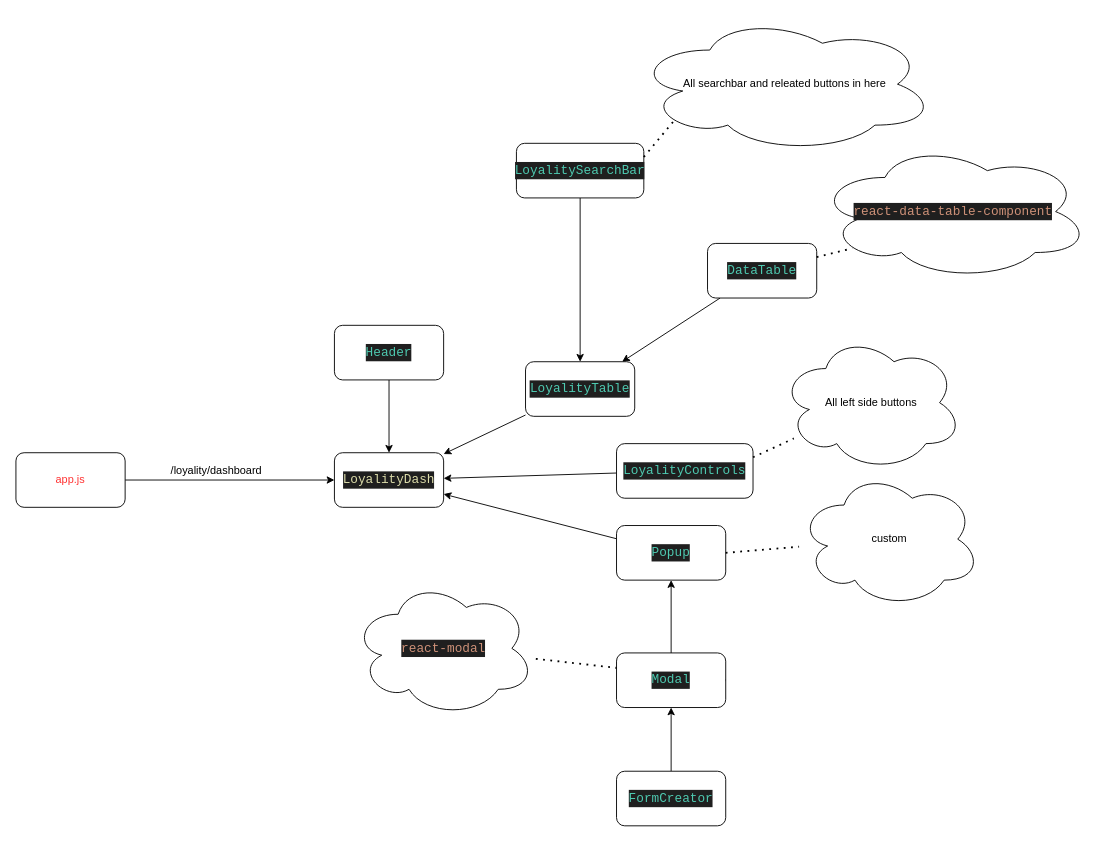
This is frontend/src/screens/loyality-component-hierachy.drawio from nxdun/Movie-theatre-management-system, a draw.io file, before an edit. Source tidied: cells renumbered, new cells numbered last; positions are measured from the earlier drawing's top-left corner, leaving out a move shared by most shapes. Both pictures are drawn from the tidied source at 91%, with x=0, y=0 at pixel (15, 15).
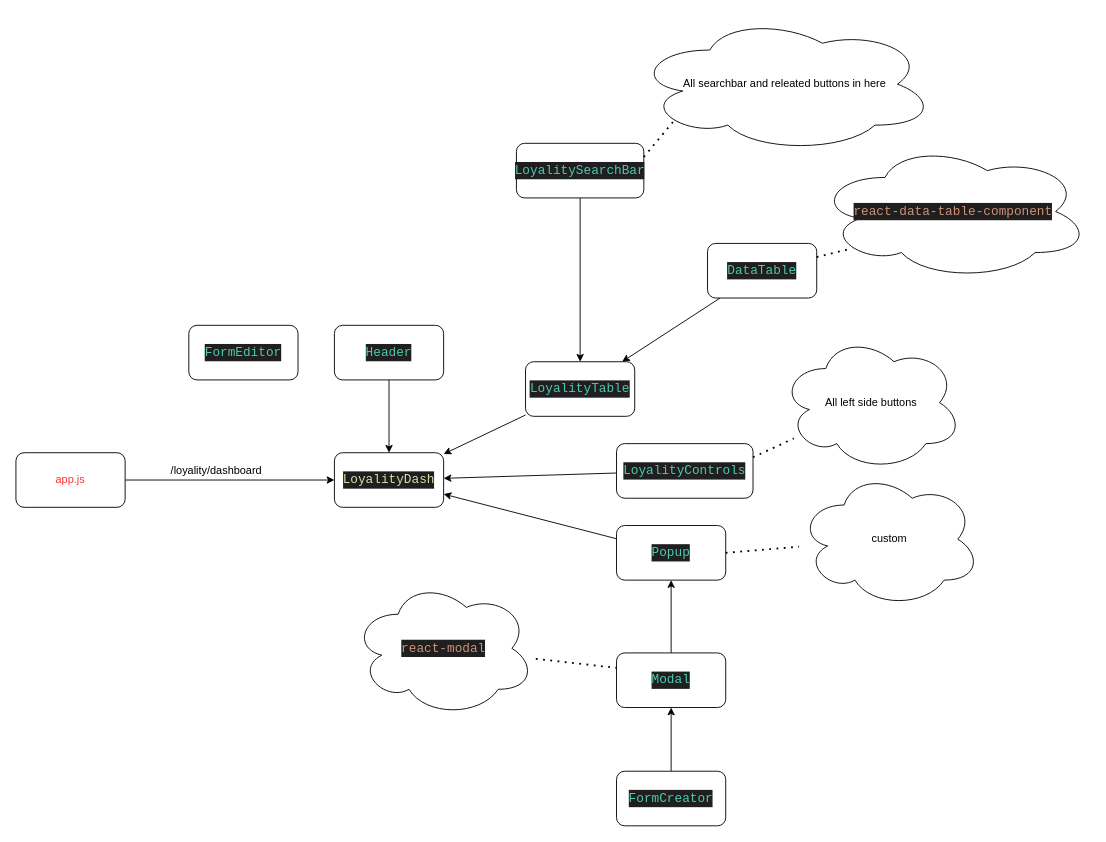
Above is the later version.

Diff of the diagram source:
```diff
@@
+    <mxCell id="35" value="&lt;div style=&quot;color: rgb(204, 204, 204); background-color: rgb(31, 31, 31); font-family: Consolas, &amp;quot;Courier New&amp;quot;, monospace; font-size: 14px; line-height: 19px;&quot;&gt;&lt;span style=&quot;color: #4ec9b0;&quot;&gt;FormEditor&lt;/span&gt;&lt;/div&gt;" style="whiteSpace=wrap;html=1;rounded=1;" parent="1" vertex="1">
+      <mxGeometry x="190" y="340" width="120" height="60" as="geometry" />
+    </mxCell>
```
